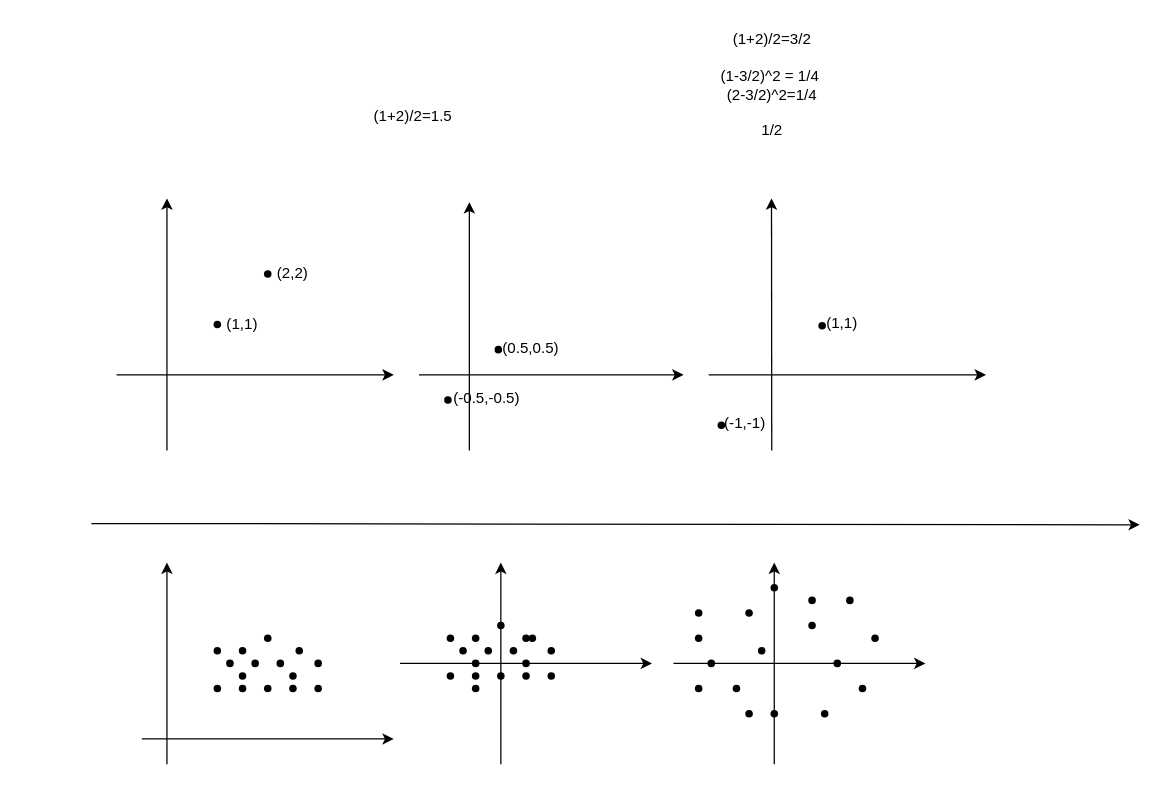
Above: post/_posts/人工智能/xx.drawio in zput/zput.github.io (draw.io), before the change. Source tidied: cells renumbered, new cells numbered last; positions are measured from the earlier drawing's top-left corner, leaving out a move shared by most shapes. Both pictures are drawn from the tidied source at 126%, with x=0, y=0 at pixel (91, 21).
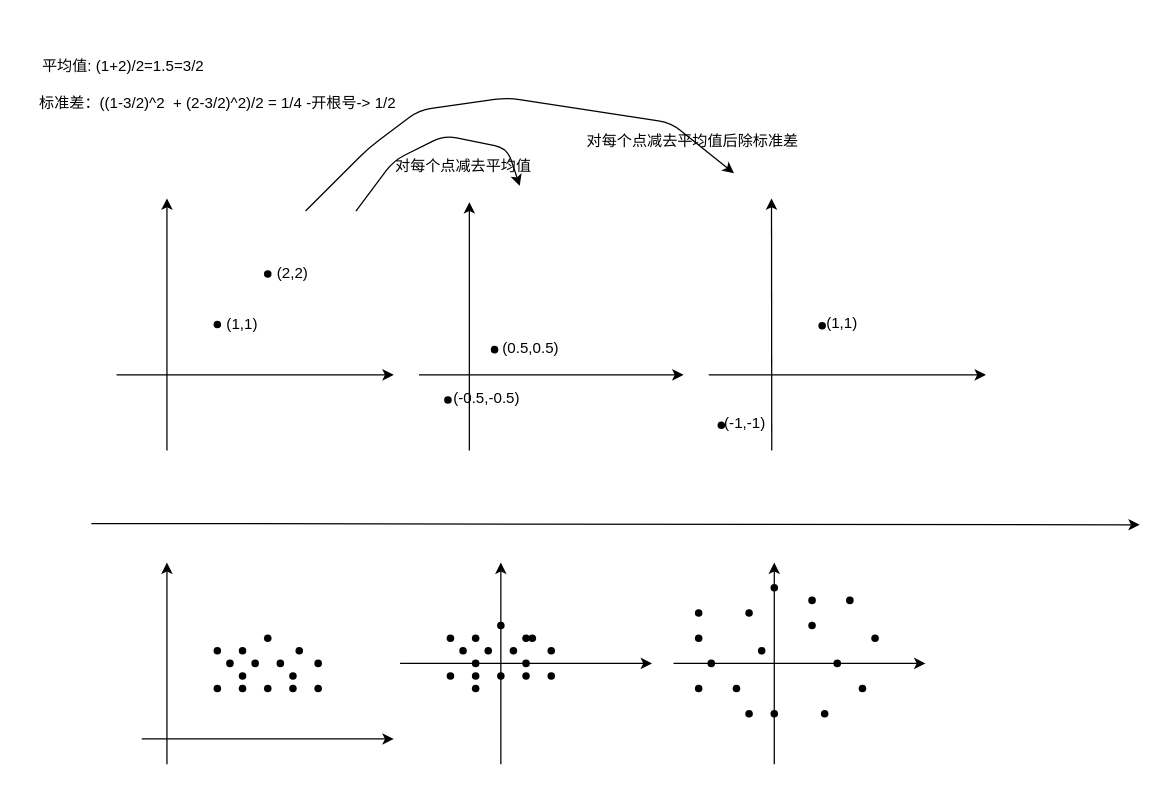
After the change.

The edit, as a diff of the source:
```diff
@@
     <mxCell id="7" style="shape=waypoint;sketch=0;fillStyle=solid;size=6;fillColor=none;perimeter=centerPerimeter;" parent="1" vertex="1">
-      <mxGeometry x="313" y="250" width="20" height="20" as="geometry" />
+      <mxGeometry x="310" y="250" width="20" height="20" as="geometry" />
     </mxCell>
@@
-    <mxCell id="55" value="(1+2)/2=1.5" style="text;html=1;align=center;verticalAlign=middle;strokeColor=none;fillColor=none;" parent="1" vertex="1">
-      <mxGeometry x="210" y="60" width="90" height="30" as="geometry" />
+    <mxCell id="55" value="平均值: (1+2)/2=1.5=3/2" style="text;html=1;align=center;verticalAlign=middle;strokeColor=none;fillColor=none;" parent="1" vertex="1">
+      <mxGeometry x="-50" y="20" width="150" height="30" as="geometry" />
     </mxCell>
-    <mxCell id="56" value="(1+2)/2=3/2&lt;br&gt;&lt;br&gt;(1-3/2)^2 = 1/4&amp;nbsp;&lt;br&gt;(2-3/2)^2=1/4&lt;br&gt;&lt;br&gt;1/2" style="text;html=1;align=center;verticalAlign=middle;strokeColor=none;fillColor=none;" parent="1" vertex="1">
-      <mxGeometry x="490" width="100" height="100" as="geometry" />
+    <mxCell id="56" value="标准差：((1-3/2)^2&amp;nbsp; + (2-3/2)^2)/2 = 1/4&amp;nbsp;-开根号-&amp;gt; 1/2" style="text;html=1;align=center;verticalAlign=middle;strokeColor=none;fillColor=none;" parent="1" vertex="1">
+      <mxGeometry x="-55" y="50" width="310" height="30" as="geometry" />
     </mxCell>
@@
+    <mxCell id="81" style="endArrow=classic;html=1;" parent="1" edge="1">
+      <mxGeometry relative="1" as="geometry">
+        <mxPoint x="210" y="150" as="sourcePoint" />
+        <mxPoint x="340" y="130" as="targetPoint" />
+        <Array as="points">
+          <mxPoint x="240" y="110" />
+          <mxPoint x="280" y="90" />
+          <mxPoint x="330" y="100" />
+        </Array>
+      </mxGeometry>
+    </mxCell>
+    <mxCell id="82" style="endArrow=classic;html=1;" parent="1" edge="1">
+      <mxGeometry relative="1" as="geometry">
+        <mxPoint x="170" y="150" as="sourcePoint" />
+        <mxPoint x="510" y="120" as="targetPoint" />
+        <Array as="points">
+          <mxPoint x="220" y="100" />
+          <mxPoint x="260" y="70" />
+          <mxPoint x="330" y="60" />
+          <mxPoint x="460" y="80" />
+        </Array>
+      </mxGeometry>
+    </mxCell>
+    <mxCell id="83" value="对每个点减去平均值" style="text;html=1;align=center;verticalAlign=middle;strokeColor=none;fillColor=none;" parent="1" vertex="1">
+      <mxGeometry x="230" y="100" width="130" height="30" as="geometry" />
+    </mxCell>
+    <mxCell id="84" value="对每个点减去平均值后除标准差" style="text;html=1;align=center;verticalAlign=middle;strokeColor=none;fillColor=none;" parent="1" vertex="1">
+      <mxGeometry x="382" y="80" width="190" height="30" as="geometry" />
+    </mxCell>
```
